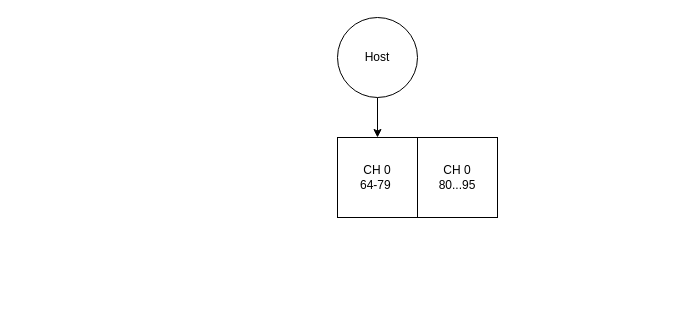
intechstudio/grid-fw keeps this draw.io diagram as page "Midi Mapping" (5 of 5) of Docu/FirmwareFlow.drawio. Above is the earlier version. Source tidied: cells renumbered, new cells numbered last; positions are measured from the earlier drawing's top-left corner, leaving out a move shared by most shapes. Both pictures are drawn from the tidied source at 100%, with x=0, y=0 at pixel (337, 17).
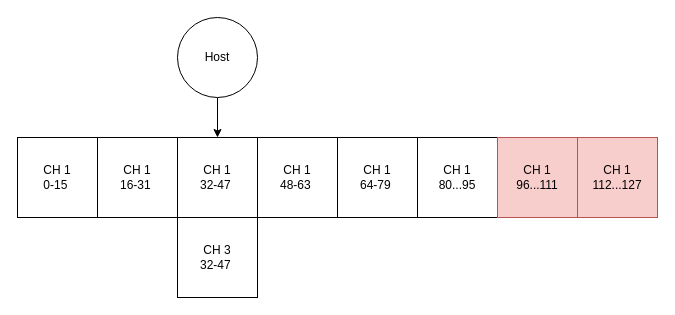
Above is the later version.

Change to the diagram source:
```diff
@@
 <mxGraphModel>
   <root>
     <mxCell id="0" />
     <mxCell id="1" parent="0" />
-    <mxCell id="2" style="edgeStyle=orthogonalEdgeStyle;rounded=0;jettySize=auto;html=1;exitX=0.5;exitY=1;exitDx=0;exitDy=0;entryX=0.5;entryY=0;entryDx=0;entryDy=0;" parent="1" edge="1" source="3" target="4">
-      <mxGeometry relative="1" as="geometry" />
-    </mxCell>
+    <mxCell id="6" style="edgeStyle=orthogonalEdgeStyle;rounded=0;jettySize=auto;html=1;exitX=0.5;exitY=1;exitDx=0;exitDy=0;entryX=0.5;entryY=0;entryDx=0;entryDy=0;" parent="1" edge="1" source="3" target="8">
+      <mxGeometry relative="1" as="geometry" />
+    </mxCell>
     <mxCell id="3" value="Host" style="ellipse;whiteSpace=wrap;html=1;" parent="1" vertex="1">
-      <mxGeometry width="80" height="80" as="geometry" />
+      <mxGeometry x="-160" width="80" height="80" as="geometry" />
     </mxCell>
-    <mxCell id="4" value="CH 0&lt;br&gt;64-79&amp;nbsp;" style="whiteSpace=wrap;html=1;" parent="1" vertex="1">
+    <mxCell id="4" value="CH 1&lt;br&gt;64-79&amp;nbsp;" style="whiteSpace=wrap;html=1;" parent="1" vertex="1">
       <mxGeometry y="120" width="80" height="80" as="geometry" />
     </mxCell>
-    <mxCell id="5" value="CH 0&lt;br&gt;80...95" style="whiteSpace=wrap;html=1;" parent="1" vertex="1">
+    <mxCell id="5" value="CH 1&lt;br&gt;80...95" style="whiteSpace=wrap;html=1;" parent="1" vertex="1">
       <mxGeometry x="80" y="120" width="80" height="80" as="geometry" />
     </mxCell>
+    <mxCell id="7" value="CH 1&lt;br&gt;48-63&amp;nbsp;" style="whiteSpace=wrap;html=1;" parent="1" vertex="1">
+      <mxGeometry x="-80" y="120" width="80" height="80" as="geometry" />
+    </mxCell>
+    <mxCell id="8" value="CH 1&lt;br&gt;32-47&amp;nbsp;" style="whiteSpace=wrap;html=1;" parent="1" vertex="1">
+      <mxGeometry x="-160" y="120" width="80" height="80" as="geometry" />
+    </mxCell>
+    <mxCell id="9" value="CH 1&lt;br&gt;16-31&amp;nbsp;" style="whiteSpace=wrap;html=1;" parent="1" vertex="1">
+      <mxGeometry x="-240" y="120" width="80" height="80" as="geometry" />
+    </mxCell>
+    <mxCell id="10" value="CH 1&lt;br&gt;0-15&amp;nbsp;" style="whiteSpace=wrap;html=1;" parent="1" vertex="1">
+      <mxGeometry x="-320" y="120" width="80" height="80" as="geometry" />
+    </mxCell>
+    <mxCell id="11" value="CH 1&lt;br&gt;96...111" style="whiteSpace=wrap;html=1;fillColor=#f8cecc;strokeColor=#b85450;" parent="1" vertex="1">
+      <mxGeometry x="160" y="120" width="80" height="80" as="geometry" />
+    </mxCell>
+    <mxCell id="12" value="CH 1&lt;br&gt;112...127" style="whiteSpace=wrap;html=1;fillColor=#f8cecc;strokeColor=#b85450;" parent="1" vertex="1">
+      <mxGeometry x="240" y="120" width="80" height="80" as="geometry" />
+    </mxCell>
+    <mxCell id="13" value="CH 3&lt;br&gt;32-47&amp;nbsp;" style="whiteSpace=wrap;html=1;" parent="1" vertex="1">
+      <mxGeometry x="-160" y="200" width="80" height="80" as="geometry" />
+    </mxCell>
   </root>
 </mxGraphModel>
```
